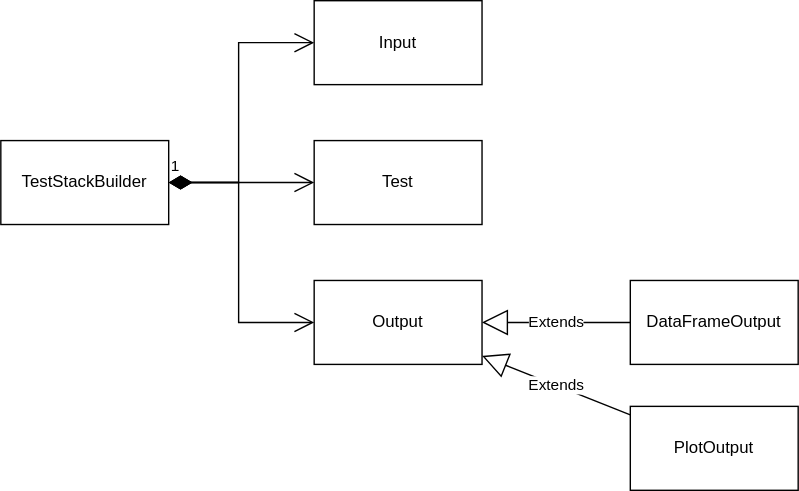
stefanpostolache/algopyformance keeps this draw.io diagram as class_diagram.svg. Above is the earlier version. Source tidied: cells renumbered, new cells last; positions are measured from the earlier drawing's top-left corner, leaving out a move shared by most shapes.
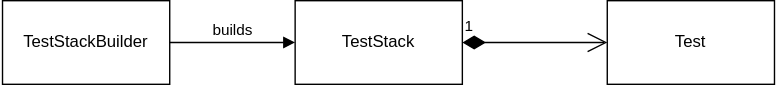
Later version of the same file.

Commit message:
Updated class diagram

The edit, as a diff of the source:
```diff
@@ -2,7 +2,7 @@
   <root>
     <mxCell id="0" />
     <mxCell id="1" parent="0" />
-    <mxCell id="2" value="TestStackBuilder" style="rounded=0;whiteSpace=wrap;html=1;" parent="1" vertex="1">
+    <mxCell id="2" value="TestStack" style="rounded=0;whiteSpace=wrap;html=1;" parent="1" vertex="1">
       <mxGeometry y="100" width="120" height="60" as="geometry" />
     </mxCell>
     <mxCell id="3" value="Test" style="rounded=0;whiteSpace=wrap;html=1;" parent="1" vertex="1">
@@ -11,39 +11,11 @@
     <mxCell id="4" value="1" style="endArrow=open;html=1;endSize=12;startArrow=diamondThin;startSize=14;startFill=1;edgeStyle=orthogonalEdgeStyle;align=left;verticalAlign=bottom;rounded=0;exitX=1;exitY=0.5;exitDx=0;exitDy=0;" parent="1" edge="1" source="2" target="3">
       <mxGeometry x="-1" y="3" relative="1" as="geometry" />
     </mxCell>
-    <mxCell id="5" value="Input" style="rounded=0;whiteSpace=wrap;html=1;" parent="1" vertex="1">
-      <mxGeometry x="224" width="120" height="60" as="geometry" />
-    </mxCell>
-    <mxCell id="6" value="1" style="endArrow=open;html=1;endSize=12;startArrow=diamondThin;startSize=14;startFill=1;edgeStyle=orthogonalEdgeStyle;align=left;verticalAlign=bottom;rounded=0;" parent="1" edge="1" source="2" target="5">
-      <mxGeometry x="-1" y="3" relative="1" as="geometry">
-        <Array as="points">
-          <mxPoint x="170" y="130" />
-          <mxPoint x="170" y="30" />
-        </Array>
-      </mxGeometry>
-    </mxCell>
-    <mxCell id="7" value="Output" style="rounded=0;whiteSpace=wrap;html=1;" parent="1" vertex="1">
-      <mxGeometry x="224" y="200" width="120" height="60" as="geometry" />
-    </mxCell>
-    <mxCell id="8" value="1" style="endArrow=open;html=1;endSize=12;startArrow=diamondThin;startSize=14;startFill=1;edgeStyle=orthogonalEdgeStyle;align=left;verticalAlign=bottom;rounded=0;" parent="1" edge="1" source="2" target="7">
-      <mxGeometry x="-1" y="3" relative="1" as="geometry">
-        <Array as="points">
-          <mxPoint x="170" y="130" />
-          <mxPoint x="170" y="230" />
-        </Array>
-      </mxGeometry>
-    </mxCell>
-    <mxCell id="9" value="DataFrameOutput" style="rounded=0;whiteSpace=wrap;html=1;" parent="1" vertex="1">
-      <mxGeometry x="450" y="200" width="120" height="60" as="geometry" />
-    </mxCell>
-    <mxCell id="10" value="Extends" style="endArrow=block;endSize=16;endFill=0;html=1;rounded=0;" parent="1" edge="1" source="9" target="7">
-      <mxGeometry relative="1" as="geometry" />
-    </mxCell>
-    <mxCell id="11" value="PlotOutput" style="rounded=0;whiteSpace=wrap;html=1;" parent="1" vertex="1">
-      <mxGeometry x="450" y="290" width="120" height="60" as="geometry" />
-    </mxCell>
-    <mxCell id="12" value="Extends" style="endArrow=block;endSize=16;endFill=0;html=1;rounded=0;" parent="1" edge="1" source="11" target="7">
-      <mxGeometry relative="1" as="geometry" />
+    <mxCell id="12" value="TestStackBuilder" style="rounded=0;whiteSpace=wrap;html=1;" parent="1" vertex="1">
+      <mxGeometry x="-210" y="100" width="120" height="60" as="geometry" />
     </mxCell>
+    <mxCell id="13" value="builds" style="html=1;verticalAlign=bottom;endArrow=block;rounded=0;" parent="1" edge="1" source="12" target="2">
+      <mxGeometry relative="1" as="geometry" />
+    </mxCell>
   </root>
 </mxGraphModel>
```
